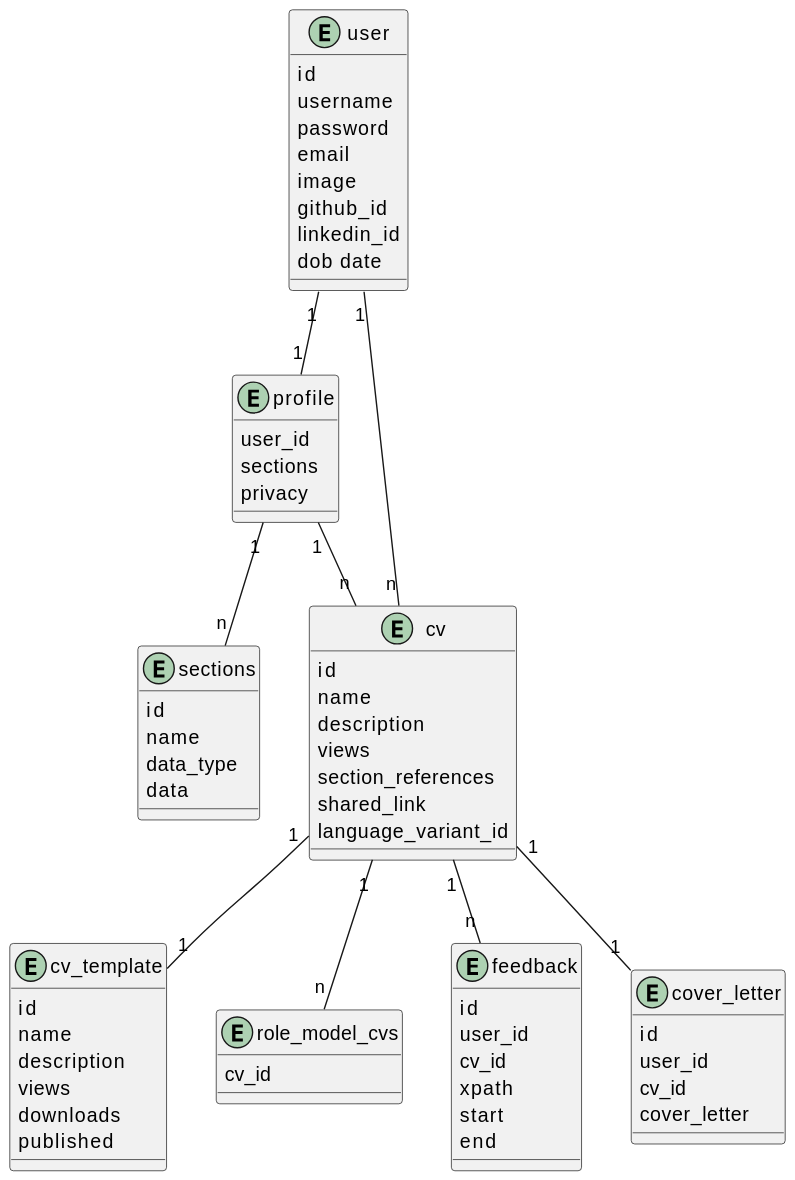
Noman5237/Orion-CV-Generator keeps this PlantUML diagram as diagrams/ER.svg. Above is the earlier version. The source it was exported from:
```plantuml
@startuml
entity user {
  id
  username
  password
  email
  image
  github_id
  linkedin_id
  dob date
}

entity cv_template {
  id
  name
  description
  views
  downloads
  published
}

entity profile {
    user_id
    sections
    privacy
}

entity sections {
    id
    name
    data_type
    data
}

entity cv {
  id
  name
  description
  views
  section_references
  shared_link
  language_variant_id
}

entity role_model_cvs {
    cv_id
}

entity feedback {
    id
    user_id
    cv_id
    xpath
    start
    end
}

entity cover_letter {
    id
    user_id
    cv_id
    cover_letter
}


user "1" -- "1" profile
profile "1" -- "n" sections
user "1" -- "n" cv
cv "1" -- "n" role_model_cvs
cv "1" -- "n" feedback
cv "1" -- "1" cover_letter
cv "1" -- "1" cv_template
profile "1" -- "n" cv
@enduml
```
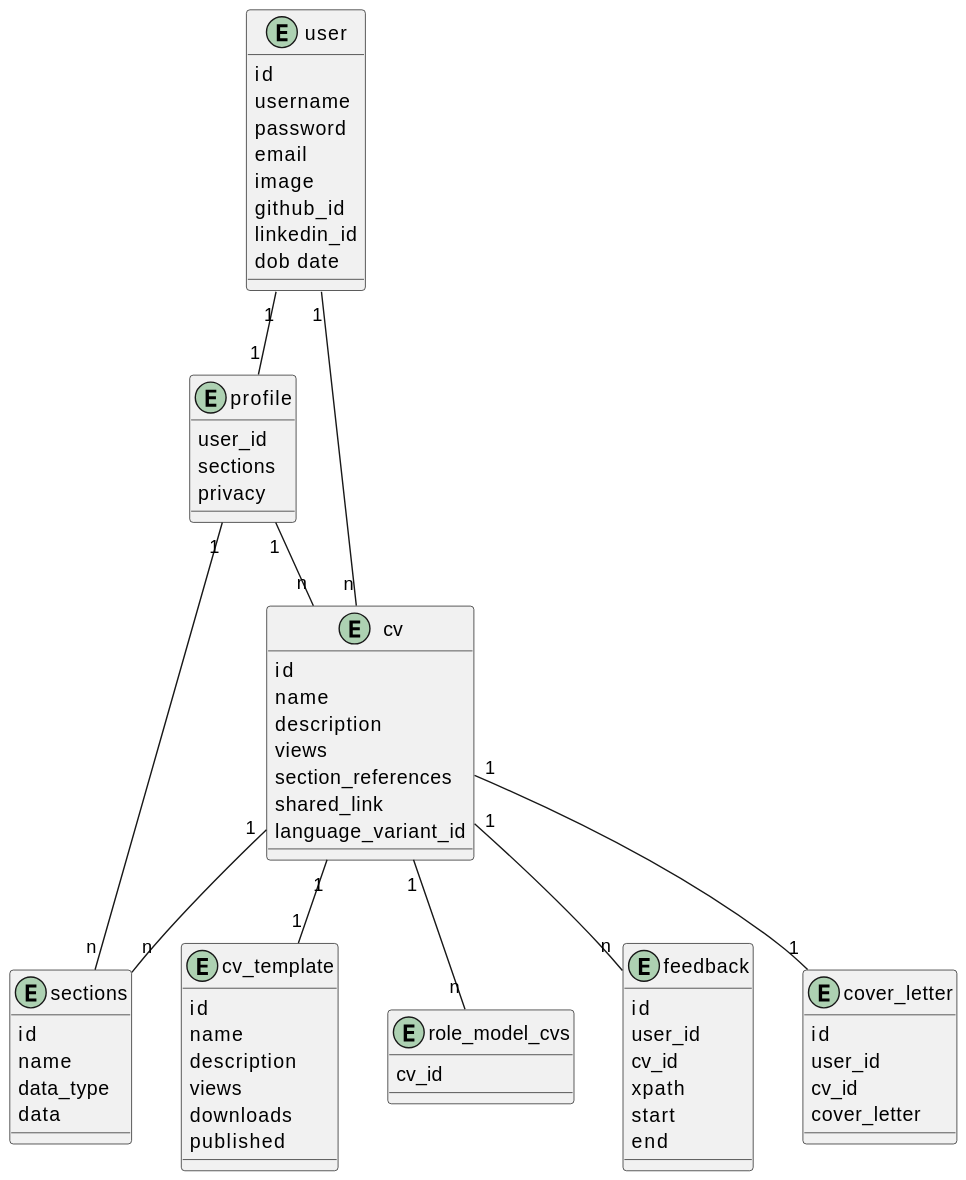
Above is the later version.

Change to the diagram source:
```diff
@@ -71,4 +71,5 @@
 cv "1" -- "1" cover_letter
 cv "1" -- "1" cv_template
 profile "1" -- "n" cv
+cv "1" -- "n" sections
 @enduml
```
